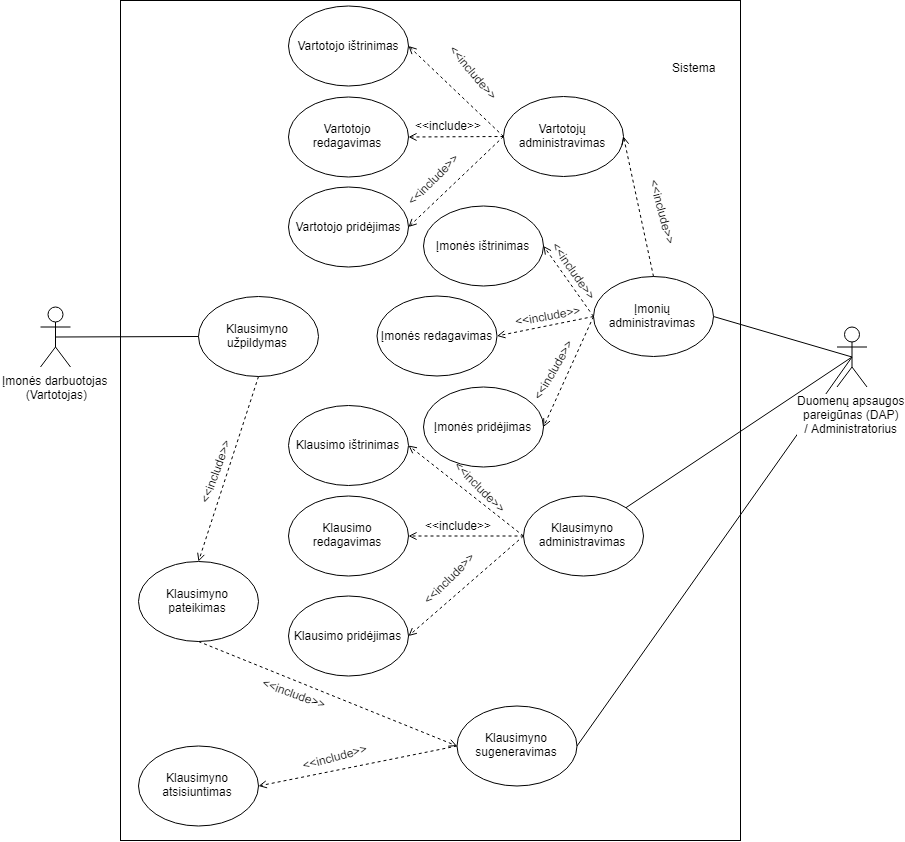
Before: Diagramos/Pagrindinė veiklos diagrama.png, a diagram exported from draw.io (MantasSebeika/Bakalauras). Source tidied: cells renumbered, new cells last; positions are measured from the earlier drawing's top-left corner, leaving out a move shared by most shapes. The source it was exported from:
```xml
<mxGraphModel>
  <root>
    <mxCell id="0" />
    <mxCell id="1" parent="0" />
    <mxCell id="2" value="Įmonės darbuotojas &lt;br&gt;(Vartotojas)" style="shape=umlActor;verticalLabelPosition=bottom;labelBackgroundColor=#ffffff;verticalAlign=top;html=1;outlineConnect=0;" parent="1" vertex="1">
      <mxGeometry y="306.5" width="30" height="60" as="geometry" />
    </mxCell>
    <mxCell id="3" style="edgeStyle=none;rounded=0;jettySize=auto;html=1;exitX=0.5;exitY=0.5;exitDx=0;exitDy=0;exitPerimeter=0;entryX=1;entryY=0.5;entryDx=0;entryDy=0;endArrow=none;endFill=0;strokeColor=#000000;" parent="1" edge="1" source="5" target="13">
      <mxGeometry relative="1" as="geometry" />
    </mxCell>
    <mxCell id="4" style="edgeStyle=none;rounded=0;jettySize=auto;html=1;exitX=0.5;exitY=0.5;exitDx=0;exitDy=0;exitPerimeter=0;entryX=1;entryY=0.5;entryDx=0;entryDy=0;endArrow=none;endFill=0;strokeColor=#000000;" parent="1" edge="1" source="5" target="23">
      <mxGeometry relative="1" as="geometry" />
    </mxCell>
    <mxCell id="5" value="Duomenų apsaugos&lt;br&gt;pareigūnas (DAP)&lt;br&gt;/ Administratorius" style="shape=umlActor;verticalLabelPosition=bottom;labelBackgroundColor=#ffffff;verticalAlign=top;html=1;outlineConnect=0;" parent="1" vertex="1">
      <mxGeometry x="796.5" y="326.5" width="30" height="60" as="geometry" />
    </mxCell>
    <mxCell id="6" style="edgeStyle=none;rounded=0;jettySize=auto;html=1;exitX=0.5;exitY=1;exitDx=0;exitDy=0;dashed=1;endArrow=open;endFill=0;entryX=0;entryY=0.5;entryDx=0;entryDy=0;" parent="1" edge="1" source="7" target="23">
      <mxGeometry relative="1" as="geometry" />
    </mxCell>
    <mxCell id="7" value="Klausimyno pateikimas" style="ellipse;whiteSpace=wrap;html=1;fillColor=none;" parent="1" vertex="1">
      <mxGeometry x="98" y="561" width="120" height="80" as="geometry" />
    </mxCell>
    <mxCell id="8" value="Sistema" style="text;html=1;align=center;verticalAlign=middle;" parent="1" vertex="1">
      <mxGeometry x="623" y="56.5" width="60" height="20" as="geometry" />
    </mxCell>
    <mxCell id="9" style="edgeStyle=none;rounded=0;jettySize=auto;html=1;exitX=0.5;exitY=0;exitDx=0;exitDy=0;entryX=1;entryY=0.5;entryDx=0;entryDy=0;dashed=1;endArrow=open;endFill=0;" parent="1" edge="1" source="13" target="17">
      <mxGeometry relative="1" as="geometry" />
    </mxCell>
    <mxCell id="10" style="edgeStyle=none;rounded=0;jettySize=auto;html=1;exitX=0;exitY=0.5;exitDx=0;exitDy=0;entryX=1;entryY=0.5;entryDx=0;entryDy=0;dashed=1;endArrow=open;endFill=0;" parent="1" edge="1" source="13" target="31">
      <mxGeometry relative="1" as="geometry" />
    </mxCell>
    <mxCell id="11" style="edgeStyle=none;rounded=0;jettySize=auto;html=1;exitX=0;exitY=0.5;exitDx=0;exitDy=0;entryX=1;entryY=0.5;entryDx=0;entryDy=0;dashed=1;endArrow=open;endFill=0;" parent="1" edge="1" source="13" target="32">
      <mxGeometry relative="1" as="geometry" />
    </mxCell>
    <mxCell id="12" style="edgeStyle=none;rounded=0;jettySize=auto;html=1;exitX=0;exitY=0.5;exitDx=0;exitDy=0;entryX=1;entryY=0.5;entryDx=0;entryDy=0;dashed=1;endArrow=open;endFill=0;" parent="1" edge="1" source="13" target="33">
      <mxGeometry relative="1" as="geometry" />
    </mxCell>
    <mxCell id="13" value="Įmonių administravimas" style="ellipse;whiteSpace=wrap;html=1;fillColor=none;" parent="1" vertex="1">
      <mxGeometry x="553" y="276" width="120" height="80" as="geometry" />
    </mxCell>
    <mxCell id="14" style="edgeStyle=none;rounded=0;jettySize=auto;html=1;exitX=0;exitY=0.5;exitDx=0;exitDy=0;entryX=1;entryY=0.5;entryDx=0;entryDy=0;dashed=1;endArrow=open;endFill=0;" parent="1" edge="1" source="17" target="34">
      <mxGeometry relative="1" as="geometry" />
    </mxCell>
    <mxCell id="15" style="edgeStyle=none;rounded=0;jettySize=auto;html=1;exitX=0;exitY=0.5;exitDx=0;exitDy=0;entryX=1;entryY=0.5;entryDx=0;entryDy=0;dashed=1;endArrow=open;endFill=0;" parent="1" edge="1" source="17" target="35">
      <mxGeometry relative="1" as="geometry" />
    </mxCell>
    <mxCell id="16" style="edgeStyle=none;rounded=0;jettySize=auto;html=1;exitX=0;exitY=0.5;exitDx=0;exitDy=0;entryX=1;entryY=0.5;entryDx=0;entryDy=0;dashed=1;endArrow=open;endFill=0;" parent="1" edge="1" source="17" target="36">
      <mxGeometry relative="1" as="geometry" />
    </mxCell>
    <mxCell id="17" value="Vartotojų administravimas" style="ellipse;whiteSpace=wrap;html=1;fillColor=none;" parent="1" vertex="1">
      <mxGeometry x="463" y="96" width="120" height="80" as="geometry" />
    </mxCell>
    <mxCell id="18" style="edgeStyle=none;rounded=0;jettySize=auto;html=1;exitX=0;exitY=0.5;exitDx=0;exitDy=0;entryX=1;entryY=0.5;entryDx=0;entryDy=0;dashed=1;endArrow=open;endFill=0;" parent="1" edge="1" source="21" target="37">
      <mxGeometry relative="1" as="geometry" />
    </mxCell>
    <mxCell id="19" style="edgeStyle=none;rounded=0;jettySize=auto;html=1;exitX=0;exitY=0.5;exitDx=0;exitDy=0;entryX=1;entryY=0.5;entryDx=0;entryDy=0;dashed=1;endArrow=open;endFill=0;" parent="1" edge="1" source="21" target="38">
      <mxGeometry relative="1" as="geometry" />
    </mxCell>
    <mxCell id="20" style="edgeStyle=none;rounded=0;jettySize=auto;html=1;exitX=0;exitY=0.5;exitDx=0;exitDy=0;entryX=1;entryY=0.5;entryDx=0;entryDy=0;dashed=1;endArrow=open;endFill=0;" parent="1" edge="1" source="21" target="39">
      <mxGeometry relative="1" as="geometry" />
    </mxCell>
    <mxCell id="21" value="Klausimyno administravimas" style="ellipse;whiteSpace=wrap;html=1;fillColor=none;" parent="1" vertex="1">
      <mxGeometry x="483" y="495.5" width="120" height="80" as="geometry" />
    </mxCell>
    <mxCell id="22" style="rounded=0;jettySize=auto;html=1;exitX=0;exitY=0.5;exitDx=0;exitDy=0;entryX=1;entryY=0.5;entryDx=0;entryDy=0;dashed=1;endArrow=open;endFill=0;" parent="1" edge="1" source="23" target="24">
      <mxGeometry relative="1" as="geometry" />
    </mxCell>
    <mxCell id="23" value="Klausimyno sugeneravimas" style="ellipse;whiteSpace=wrap;html=1;fillColor=none;" parent="1" vertex="1">
      <mxGeometry x="416.5" y="705.5" width="120" height="80" as="geometry" />
    </mxCell>
    <mxCell id="24" value="Klausimyno atsisiuntimas" style="ellipse;whiteSpace=wrap;html=1;fillColor=none;" parent="1" vertex="1">
      <mxGeometry x="98" y="745.5" width="120" height="80" as="geometry" />
    </mxCell>
    <mxCell id="25" style="edgeStyle=none;rounded=0;jettySize=auto;html=1;exitX=0;exitY=0.5;exitDx=0;exitDy=0;entryX=0.5;entryY=0.5;entryDx=0;entryDy=0;entryPerimeter=0;endArrow=none;endFill=0;strokeColor=#000000;" parent="1" edge="1" source="27" target="2">
      <mxGeometry relative="1" as="geometry" />
    </mxCell>
    <mxCell id="26" style="edgeStyle=none;rounded=0;jettySize=auto;html=1;exitX=0.5;exitY=1;exitDx=0;exitDy=0;entryX=0.5;entryY=0;entryDx=0;entryDy=0;dashed=1;endArrow=open;endFill=0;" parent="1" edge="1" source="27" target="7">
      <mxGeometry relative="1" as="geometry" />
    </mxCell>
    <mxCell id="27" value="Klausimyno užpildymas" style="ellipse;whiteSpace=wrap;html=1;fillColor=none;" parent="1" vertex="1">
      <mxGeometry x="158" y="296" width="120" height="80" as="geometry" />
    </mxCell>
    <mxCell id="28" value="&amp;lt;&amp;lt;include&amp;gt;&amp;gt;" style="text;html=1;align=left;verticalAlign=top;spacingTop=-4;rotation=0;" parent="1" vertex="1">
      <mxGeometry x="383" y="515.5" width="80" height="20" as="geometry" />
    </mxCell>
    <mxCell id="29" value="&amp;lt;&amp;lt;include&amp;gt;&amp;gt;" style="text;html=1;align=left;verticalAlign=top;spacingTop=-4;rotation=75;" parent="1" vertex="1">
      <mxGeometry x="583" y="206.5" width="80" height="20" as="geometry" />
    </mxCell>
    <mxCell id="30" value="&amp;lt;&amp;lt;include&amp;gt;&amp;gt;" style="text;html=1;align=left;verticalAlign=top;spacingTop=-4;rotation=-70;" parent="1" vertex="1">
      <mxGeometry x="138" y="456.5" width="80" height="20" as="geometry" />
    </mxCell>
    <mxCell id="31" value="Įmonės ištrinimas" style="ellipse;whiteSpace=wrap;html=1;fillColor=none;" parent="1" vertex="1">
      <mxGeometry x="383" y="205.5" width="120" height="80" as="geometry" />
    </mxCell>
    <mxCell id="32" value="Įmonės redagavimas" style="ellipse;whiteSpace=wrap;html=1;fillColor=none;" parent="1" vertex="1">
      <mxGeometry x="336.5" y="295.5" width="120" height="80" as="geometry" />
    </mxCell>
    <mxCell id="33" value="Įmonės pridėjimas" style="ellipse;whiteSpace=wrap;html=1;fillColor=none;" parent="1" vertex="1">
      <mxGeometry x="383" y="386.5" width="120" height="80" as="geometry" />
    </mxCell>
    <mxCell id="34" value="Vartotojo ištrinimas" style="ellipse;whiteSpace=wrap;html=1;fillColor=none;" parent="1" vertex="1">
      <mxGeometry x="248" y="5.5" width="120" height="80" as="geometry" />
    </mxCell>
    <mxCell id="35" value="Vartotojo redagavimas" style="ellipse;whiteSpace=wrap;html=1;fillColor=none;" parent="1" vertex="1">
      <mxGeometry x="248" y="96.5" width="120" height="80" as="geometry" />
    </mxCell>
    <mxCell id="36" value="Vartotojo pridėjimas" style="ellipse;whiteSpace=wrap;html=1;fillColor=none;" parent="1" vertex="1">
      <mxGeometry x="248" y="186.5" width="120" height="80" as="geometry" />
    </mxCell>
    <mxCell id="37" value="Klausimo ištrinimas" style="ellipse;whiteSpace=wrap;html=1;fillColor=none;" parent="1" vertex="1">
      <mxGeometry x="248" y="405" width="120" height="80" as="geometry" />
    </mxCell>
    <mxCell id="38" value="Klausimo redagavimas" style="ellipse;whiteSpace=wrap;html=1;fillColor=none;" parent="1" vertex="1">
      <mxGeometry x="248" y="495.5" width="120" height="80" as="geometry" />
    </mxCell>
    <mxCell id="39" value="Klausimo pridėjimas" style="ellipse;whiteSpace=wrap;html=1;fillColor=none;" parent="1" vertex="1">
      <mxGeometry x="248" y="595.5" width="120" height="80" as="geometry" />
    </mxCell>
    <mxCell id="40" value="&amp;lt;&amp;lt;include&amp;gt;&amp;gt;" style="text;html=1;align=left;verticalAlign=top;spacingTop=-4;rotation=50;" parent="1" vertex="1">
      <mxGeometry x="396.5" y="66.5" width="80" height="20" as="geometry" />
    </mxCell>
    <mxCell id="41" value="&amp;lt;&amp;lt;include&amp;gt;&amp;gt;" style="text;html=1;align=left;verticalAlign=top;spacingTop=-4;rotation=0;" parent="1" vertex="1">
      <mxGeometry x="373" y="116" width="80" height="20" as="geometry" />
    </mxCell>
    <mxCell id="42" value="&amp;lt;&amp;lt;include&amp;gt;&amp;gt;" style="text;html=1;align=left;verticalAlign=top;spacingTop=-4;rotation=-45;" parent="1" vertex="1">
      <mxGeometry x="356.5" y="166.5" width="80" height="20" as="geometry" />
    </mxCell>
    <mxCell id="43" value="&amp;lt;&amp;lt;include&amp;gt;&amp;gt;" style="text;html=1;align=left;verticalAlign=top;spacingTop=-4;rotation=55;" parent="1" vertex="1">
      <mxGeometry x="496.5" y="265.5" width="80" height="20" as="geometry" />
    </mxCell>
    <mxCell id="44" value="&amp;lt;&amp;lt;include&amp;gt;&amp;gt;" style="text;html=1;align=left;verticalAlign=top;spacingTop=-4;rotation=-10;" parent="1" vertex="1">
      <mxGeometry x="473" y="305.5" width="80" height="20" as="geometry" />
    </mxCell>
    <mxCell id="45" value="&amp;lt;&amp;lt;include&amp;gt;&amp;gt;" style="text;html=1;align=left;verticalAlign=top;spacingTop=-4;rotation=-60;" parent="1" vertex="1">
      <mxGeometry x="476.5" y="355.5" width="80" height="20" as="geometry" />
    </mxCell>
    <mxCell id="46" value="&amp;lt;&amp;lt;include&amp;gt;&amp;gt;" style="text;html=1;align=left;verticalAlign=top;spacingTop=-4;rotation=45;" parent="1" vertex="1">
      <mxGeometry x="403" y="481" width="80" height="20" as="geometry" />
    </mxCell>
    <mxCell id="47" value="&amp;lt;&amp;lt;include&amp;gt;&amp;gt;" style="text;html=1;align=left;verticalAlign=top;spacingTop=-4;rotation=-45;" parent="1" vertex="1">
      <mxGeometry x="373" y="565.5" width="80" height="20" as="geometry" />
    </mxCell>
    <mxCell id="48" value="&amp;lt;&amp;lt;include&amp;gt;&amp;gt;" style="text;html=1;align=left;verticalAlign=top;spacingTop=-4;rotation=-15;" parent="1" vertex="1">
      <mxGeometry x="260" y="745.5" width="80" height="20" as="geometry" />
    </mxCell>
    <mxCell id="49" value="&amp;lt;&amp;lt;include&amp;gt;&amp;gt;" style="text;html=1;align=left;verticalAlign=top;spacingTop=-4;rotation=20;" parent="1" vertex="1">
      <mxGeometry x="218" y="685.5" width="80" height="20" as="geometry" />
    </mxCell>
    <mxCell id="50" style="rounded=0;whiteSpace=wrap;html=1;fillColor=none;" parent="1" vertex="1">
      <mxGeometry x="80" width="620" height="840" as="geometry" />
    </mxCell>
    <mxCell id="51" style="edgeStyle=none;rounded=0;jettySize=auto;html=1;exitX=0.5;exitY=0.5;exitDx=0;exitDy=0;exitPerimeter=0;entryX=1;entryY=0;entryDx=0;entryDy=0;endArrow=none;endFill=0;strokeColor=#000000;" parent="1" edge="1" source="5" target="21">
      <mxGeometry relative="1" as="geometry" />
    </mxCell>
  </root>
</mxGraphModel>
```
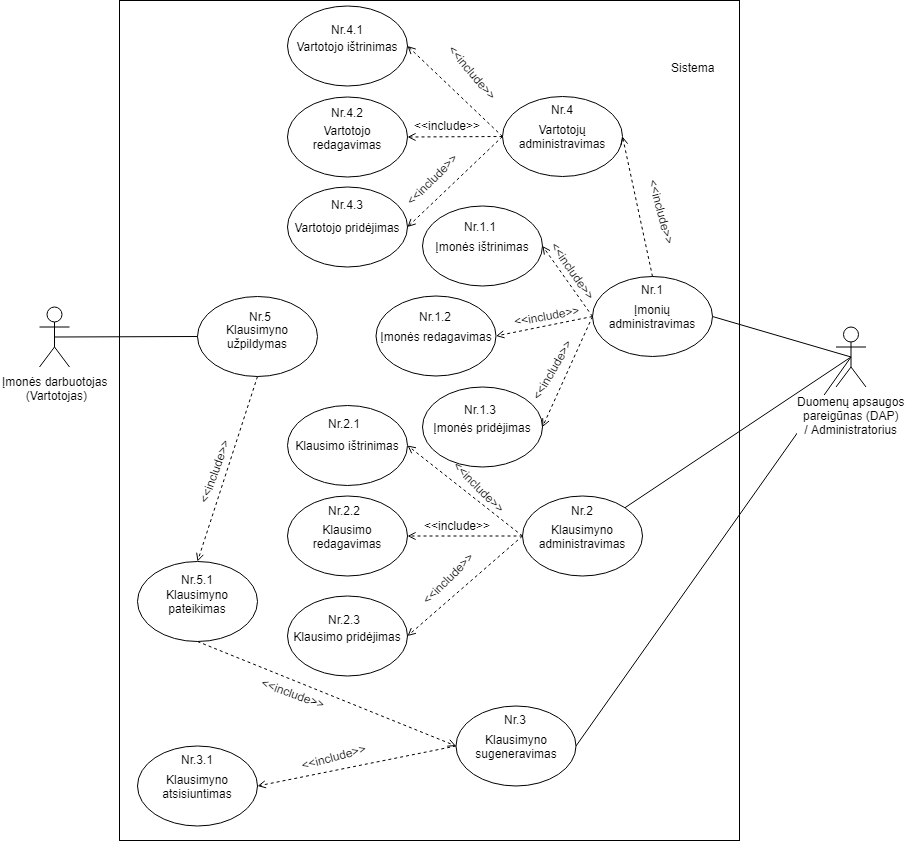
The same file after the commit.

The edit, as a diff of the source:
```diff
@@ -152,5 +152,53 @@
     <mxCell id="51" style="edgeStyle=none;rounded=0;jettySize=auto;html=1;exitX=0.5;exitY=0.5;exitDx=0;exitDy=0;exitPerimeter=0;entryX=1;entryY=0;entryDx=0;entryDy=0;endArrow=none;endFill=0;strokeColor=#000000;" parent="1" edge="1" source="5" target="21">
       <mxGeometry relative="1" as="geometry" />
     </mxCell>
+    <mxCell id="52" value="Nr.1" style="text;html=1;align=left;verticalAlign=top;spacingTop=-4;" parent="1" vertex="1">
+      <mxGeometry x="600" y="280" width="40" height="20" as="geometry" />
+    </mxCell>
+    <mxCell id="53" value="Nr.2" style="text;html=1;align=left;verticalAlign=top;spacingTop=-4;" parent="1" vertex="1">
+      <mxGeometry x="530" y="501" width="40" height="20" as="geometry" />
+    </mxCell>
+    <mxCell id="54" value="Nr.3" style="text;html=1;align=left;verticalAlign=top;spacingTop=-4;" parent="1" vertex="1">
+      <mxGeometry x="463" y="710" width="40" height="20" as="geometry" />
+    </mxCell>
+    <mxCell id="55" value="Nr.4" style="text;html=1;align=left;verticalAlign=top;spacingTop=-4;" parent="1" vertex="1">
+      <mxGeometry x="510" y="100" width="40" height="20" as="geometry" />
+    </mxCell>
+    <mxCell id="56" value="Nr.4.1" style="text;html=1;align=left;verticalAlign=top;spacingTop=-4;" parent="1" vertex="1">
+      <mxGeometry x="290" y="20" width="50" height="20" as="geometry" />
+    </mxCell>
+    <mxCell id="57" value="Nr.4.2" style="text;html=1;" parent="1" vertex="1">
+      <mxGeometry x="290" y="98.5" width="60" height="30" as="geometry" />
+    </mxCell>
+    <mxCell id="58" value="Nr.4.3" style="text;html=1;" parent="1" vertex="1">
+      <mxGeometry x="290" y="190.5" width="60" height="30" as="geometry" />
+    </mxCell>
+    <mxCell id="59" value="Nr.1.1" style="text;html=1;align=left;verticalAlign=top;spacingTop=-4;" parent="1" vertex="1">
+      <mxGeometry x="423" y="216.5" width="50" height="20" as="geometry" />
+    </mxCell>
+    <mxCell id="60" value="Nr.1.2" style="text;html=1;align=left;verticalAlign=top;spacingTop=-4;" parent="1" vertex="1">
+      <mxGeometry x="378" y="306.5" width="50" height="20" as="geometry" />
+    </mxCell>
+    <mxCell id="61" value="Nr.1.3" style="text;html=1;align=left;verticalAlign=top;spacingTop=-4;" parent="1" vertex="1">
+      <mxGeometry x="423" y="400" width="50" height="20" as="geometry" />
+    </mxCell>
+    <mxCell id="62" value="Nr.2.1" style="text;html=1;align=left;verticalAlign=top;spacingTop=-4;" parent="1" vertex="1">
+      <mxGeometry x="286.5" y="414" width="50" height="20" as="geometry" />
+    </mxCell>
+    <mxCell id="63" value="Nr.2.2" style="text;html=1;align=left;verticalAlign=top;spacingTop=-4;" parent="1" vertex="1">
+      <mxGeometry x="286.5" y="501" width="50" height="20" as="geometry" />
+    </mxCell>
+    <mxCell id="64" value="Nr.2.3" style="text;html=1;align=left;verticalAlign=top;spacingTop=-4;" parent="1" vertex="1">
+      <mxGeometry x="286.5" y="610" width="50" height="20" as="geometry" />
+    </mxCell>
+    <mxCell id="65" value="Nr.3.1" style="text;html=1;align=left;verticalAlign=top;spacingTop=-4;" parent="1" vertex="1">
+      <mxGeometry x="140" y="750" width="50" height="20" as="geometry" />
+    </mxCell>
+    <mxCell id="66" value="Nr.5.1" style="text;html=1;align=left;verticalAlign=top;spacingTop=-4;" parent="1" vertex="1">
+      <mxGeometry x="140" y="570" width="50" height="20" as="geometry" />
+    </mxCell>
+    <mxCell id="67" value="Nr.5" style="text;html=1;align=left;verticalAlign=top;spacingTop=-4;" parent="1" vertex="1">
+      <mxGeometry x="208" y="306.5" width="40" height="20" as="geometry" />
+    </mxCell>
   </root>
 </mxGraphModel>
```
